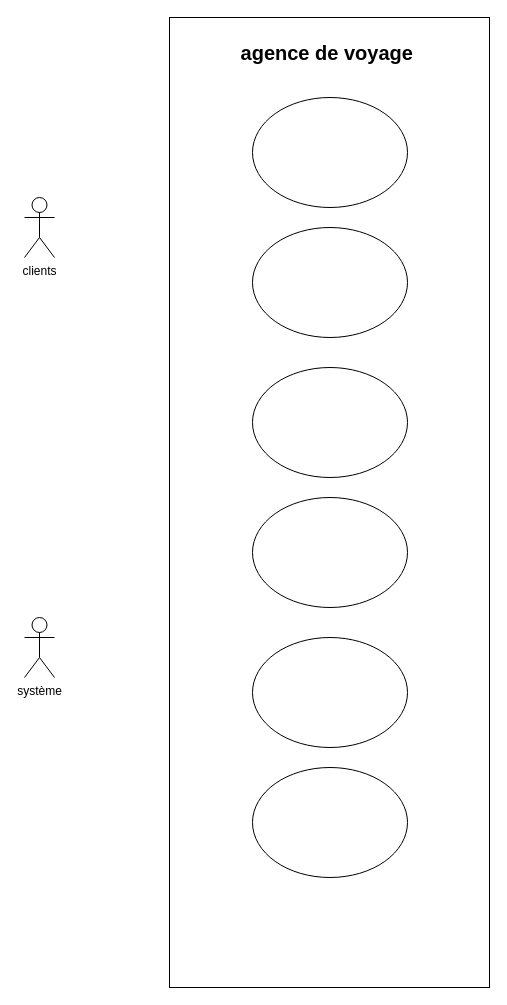
HananeOubaha/brief-7-agence-voyage keeps this draw.io diagram as UML-use-case.drawio. Above is the earlier version. Source tidied: cells renumbered, new cells numbered last; positions are measured from the earlier drawing's top-left corner, leaving out a move shared by most shapes. Both pictures are drawn from the tidied source at 100%, with x=0, y=0 at pixel (24, 17).
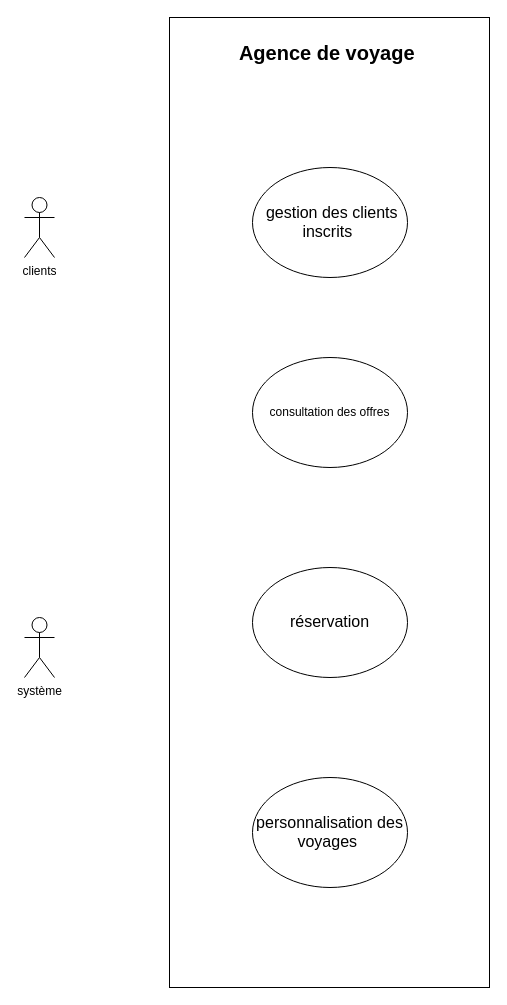
After the change.

Commit message:
jai ajouté à mon diagramme les fonctionnalités clés

What changed in the source:
```diff
@@
 <mxGraphModel>
   <root>
     <mxCell id="0" />
     <mxCell id="1" parent="0" />
     <mxCell id="2" style="rounded=0;whiteSpace=wrap;html=1;" parent="1" vertex="1">
       <mxGeometry x="145" width="320" height="970" as="geometry" />
     </mxCell>
-    <mxCell id="3" value="&lt;b&gt;&lt;font style=&quot;font-size: 20px;&quot;&gt;agence de voyage&amp;nbsp;&lt;/font&gt;&lt;/b&gt;" style="text;html=1;strokeColor=none;fillColor=none;align=center;verticalAlign=middle;whiteSpace=wrap;rounded=0;" parent="1" vertex="1">
+    <mxCell id="3" value="&lt;b&gt;&lt;font style=&quot;font-size: 20px;&quot;&gt;Agence de voyage&amp;nbsp;&lt;/font&gt;&lt;/b&gt;" style="text;html=1;strokeColor=none;fillColor=none;align=center;verticalAlign=middle;whiteSpace=wrap;rounded=0;" parent="1" vertex="1">
       <mxGeometry x="208" y="20" width="195" height="30" as="geometry" />
     </mxCell>
     <mxCell id="4" value="clients" style="shape=umlActor;verticalLabelPosition=bottom;verticalAlign=top;html=1;" parent="1" vertex="1">
       <mxGeometry y="180" width="30" height="60" as="geometry" />
     </mxCell>
     <mxCell id="5" value="système" style="shape=umlActor;verticalLabelPosition=bottom;verticalAlign=top;html=1;" parent="1" vertex="1">
       <mxGeometry y="600" width="30" height="60" as="geometry" />
     </mxCell>
-    <mxCell id="6" style="ellipse;whiteSpace=wrap;html=1;" parent="1" vertex="1">
-      <mxGeometry x="228" y="80" width="155" height="110" as="geometry" />
+    <mxCell id="6" value="&lt;span style=&quot;font-size: 12pt; line-height: 115%; font-family: Aptos, sans-serif;&quot; lang=&quot;FR&quot;&gt;&amp;nbsp;gestion des clients inscrits&amp;nbsp;&lt;/span&gt;" style="ellipse;whiteSpace=wrap;html=1;" parent="1" vertex="1">
+      <mxGeometry x="228" y="150" width="155" height="110" as="geometry" />
     </mxCell>
-    <mxCell id="7" style="ellipse;whiteSpace=wrap;html=1;" parent="1" vertex="1">
-      <mxGeometry x="228" y="210" width="155" height="110" as="geometry" />
+    <mxCell id="7" value="&lt;br&gt;&lt;span lang=&quot;FR&quot;&gt;&amp;nbsp; &amp;nbsp;&lt;br&gt;consultation des offres &lt;/span&gt;&lt;br&gt;&lt;br&gt;&lt;br&gt;" style="ellipse;whiteSpace=wrap;html=1;" parent="1" vertex="1">
+      <mxGeometry x="228" y="340" width="155" height="110" as="geometry" />
     </mxCell>
-    <mxCell id="8" style="ellipse;whiteSpace=wrap;html=1;" parent="1" vertex="1">
-      <mxGeometry x="228" y="350" width="155" height="110" as="geometry" />
+    <mxCell id="8" value="&lt;span style=&quot;font-size: 12pt; line-height: 115%; font-family: Aptos, sans-serif;&quot; lang=&quot;FR&quot;&gt;réservation&lt;/span&gt;" style="ellipse;whiteSpace=wrap;html=1;" parent="1" vertex="1">
+      <mxGeometry x="228" y="550" width="155" height="110" as="geometry" />
     </mxCell>
-    <mxCell id="9" style="ellipse;whiteSpace=wrap;html=1;" parent="1" vertex="1">
-      <mxGeometry x="228" y="480" width="155" height="110" as="geometry" />
+    <mxCell id="9" value="&lt;span style=&quot;font-size: 12pt; line-height: 115%; font-family: Aptos, sans-serif;&quot; lang=&quot;FR&quot;&gt;personnalisation des voyages&amp;nbsp;&lt;/span&gt;" style="ellipse;whiteSpace=wrap;html=1;" parent="1" vertex="1">
+      <mxGeometry x="228" y="760" width="155" height="110" as="geometry" />
     </mxCell>
-    <mxCell id="10" style="ellipse;whiteSpace=wrap;html=1;" parent="1" vertex="1">
-      <mxGeometry x="228" y="620" width="155" height="110" as="geometry" />
-    </mxCell>
-    <mxCell id="11" style="ellipse;whiteSpace=wrap;html=1;" parent="1" vertex="1">
-      <mxGeometry x="228" y="750" width="155" height="110" as="geometry" />
-    </mxCell>
   </root>
 </mxGraphModel>
```
